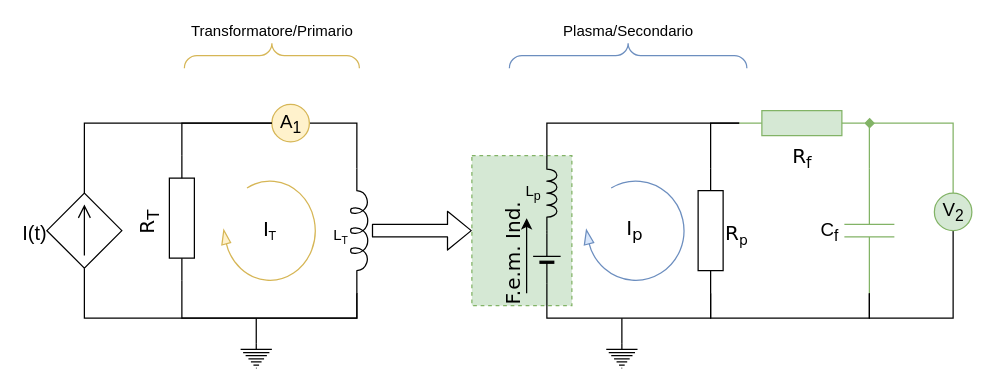
This is page "MisureCircuit-Current" (4 of 7) of TesiMagistraleEma/Pictures/Trasformatore/PlasmaCircuit.drawio from Alfystar/fusionLab, a draw.io file, before an edit. Source tidied: cells renumbered, new cells numbered last; positions are measured from the earlier drawing's top-left corner, leaving out a move shared by most shapes. Both pictures are drawn from the tidied source at 125%, with x=0, y=0 at pixel (46, 42).
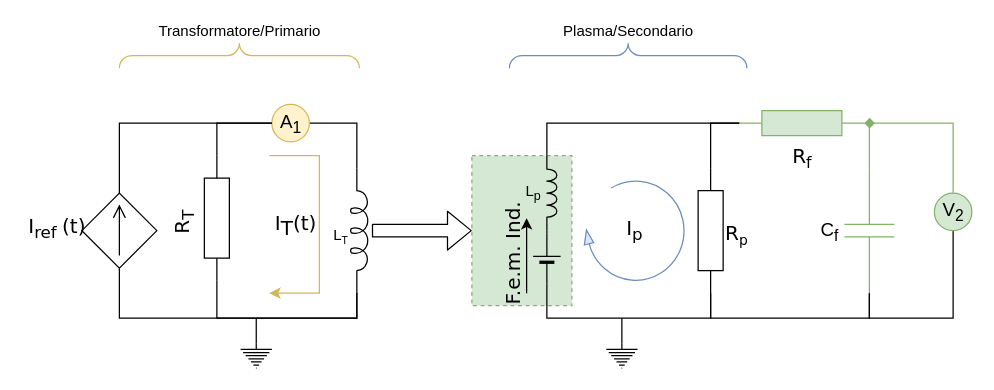
The same diagram, later.

Unchanged cells that the change refers to:
```xml
<mxCell id="14" value="L&lt;span style=&quot;font-size: 10px&quot;&gt;&lt;sub&gt;T&lt;/sub&gt;&lt;/span&gt;" style="verticalLabelPosition=bottom;shadow=0;dashed=0;align=center;html=1;verticalAlign=top;shape=mxgraph.electrical.inductors.inductor_5;direction=south;spacingTop=-60;spacingLeft=-30;" parent="1" vertex="1">
  <mxGeometry x="243" y="100" width="14" height="100" as="geometry" />
</mxCell>
<mxCell id="24" value="A&lt;sub&gt;1&lt;/sub&gt;" style="verticalLabelPosition=middle;shadow=0;dashed=0;align=center;html=1;verticalAlign=middle;strokeWidth=1;shape=ellipse;fontSize=15;fillColor=#fff2cc;strokeColor=#d6b656;" parent="1" vertex="1">
  <mxGeometry x="180" y="49" width="30" height="30" as="geometry" />
</mxCell>
<mxCell id="38" style="verticalLabelPosition=bottom;shadow=0;dashed=0;align=center;html=1;verticalAlign=top;strokeWidth=1;shape=mxgraph.electrical.resistors.resistor_1;rounded=1;comic=0;labelBackgroundColor=none;fontFamily=Verdana;fontSize=12;rotation=-90;" parent="37" vertex="1">
  <mxGeometry x="-12" y="40" width="100" height="20" as="geometry" />
</mxCell>
```

What changed in the source:
```diff
@@
-    <mxCell id="2" value="I&lt;span style=&quot;font-size: 11.1111px&quot;&gt;&lt;sub&gt;T&lt;/sub&gt;&lt;/span&gt;" style="verticalLabelPosition=middle;html=1;verticalAlign=middle;strokeWidth=1;shape=mxgraph.lean_mapping.physical_pull;rounded=1;shadow=0;comic=0;labelBackgroundColor=none;fillColor=#fff2cc;fontFamily=Verdana;fontSize=16;align=center;flipH=1;labelPosition=center;strokeColor=#d6b656;" parent="1" vertex="1">
-      <mxGeometry x="140" y="110" width="75" height="80" as="geometry" />
-    </mxCell>
@@
     <mxCell id="25" style="edgeStyle=orthogonalEdgeStyle;rounded=0;jettySize=auto;html=1;exitX=0.5;exitY=1;exitDx=0;exitDy=0;exitPerimeter=0;entryX=0;entryY=0.5;entryDx=0;entryDy=0;entryPerimeter=0;endArrow=none;endFill=0;startArrow=none;" parent="1" edge="1" source="36" target="24">
       <mxGeometry relative="1" as="geometry">
         <Array as="points">
-          <mxPoint x="30" y="64" />
+          <mxPoint x="58" y="64" />
         </Array>
       </mxGeometry>
     </mxCell>
@@
     <mxCell id="34" value="Transformatore/Primario" style="verticalLabelPosition=bottom;shadow=0;dashed=0;align=center;html=1;verticalAlign=bottom;strokeWidth=1;shape=mxgraph.mockup.markup.curlyBrace;strokeColor=#d6b656;spacingTop=0;spacingBottom=40;spacingLeft=0;fillColor=#fff2cc;" parent="1" vertex="1">
-      <mxGeometry x="110" width="140" height="20" as="geometry" />
+      <mxGeometry x="58" width="192" height="20" as="geometry" />
     </mxCell>
@@
-    <mxCell id="36" value="I(t)" style="verticalLabelPosition=bottom;shadow=0;dashed=0;align=center;html=1;verticalAlign=top;shape=mxgraph.electrical.signal_sources.source;points=[[0.5,0,0],[1,0.5,0],[0.5,1,0],[0,0.5,0]];elSignalType=dc2;elSourceType=dependent;direction=west;horizontal=1;spacingLeft=-80;spacingBottom=0;spacingTop=-44;fontSize=16;" parent="1" vertex="1">
-      <mxGeometry y="120" width="60" height="60" as="geometry" />
+    <mxCell id="36" value="I&lt;sub&gt;ref&amp;nbsp;&lt;/sub&gt;(t)" style="verticalLabelPosition=bottom;shadow=0;dashed=0;align=center;html=1;verticalAlign=top;shape=mxgraph.electrical.signal_sources.source;points=[[0.5,0,0],[1,0.5,0],[0.5,1,0],[0,0.5,0]];elSignalType=dc2;elSourceType=dependent;direction=west;horizontal=1;spacingLeft=-100;spacingBottom=0;spacingTop=-50;fontSize=16;fontFamily=Verdana;" parent="1" vertex="1">
+      <mxGeometry x="28" y="120" width="60" height="60" as="geometry" />
     </mxCell>
     <mxCell id="37" style="group;rotation=0;" parent="1" vertex="1">
-      <mxGeometry x="70" y="90" width="48" height="100" as="geometry" />
+      <mxGeometry x="98" y="90" width="48" height="100" as="geometry" />
     </mxCell>
@@
     <mxCell id="40" style="edgeStyle=orthogonalEdgeStyle;rounded=0;jettySize=auto;html=1;exitX=0;exitY=0.5;exitDx=0;exitDy=0;exitPerimeter=0;fontSize=16;endArrow=none;endFill=0;entryX=1;entryY=0.645;entryDx=0;entryDy=0;entryPerimeter=0;" parent="1" edge="1" source="38" target="14">
       <mxGeometry relative="1" as="geometry">
         <Array as="points">
-          <mxPoint x="108" y="220" />
+          <mxPoint x="136" y="220" />
           <mxPoint x="248" y="220" />
         </Array>
       </mxGeometry>
     </mxCell>
@@
+    <mxCell id="42" style="endArrow=classic;html=1;rounded=0;fontFamily=Verdana;fontSize=16;edgeStyle=orthogonalEdgeStyle;fillColor=#fff2cc;strokeColor=#d6b656;" parent="1" edge="1">
+      <mxGeometry relative="1" as="geometry">
+        <mxPoint x="178" y="90" as="sourcePoint" />
+        <mxPoint x="178" y="200" as="targetPoint" />
+        <Array as="points">
+          <mxPoint x="218" y="90" />
+          <mxPoint x="218" y="200" />
+        </Array>
+      </mxGeometry>
+    </mxCell>
+    <mxCell id="43" value="&lt;span style=&quot;color: rgb(0 , 0 , 0) ; font-family: &amp;#34;verdana&amp;#34; ; font-size: 16px ; font-style: normal ; font-weight: 400 ; letter-spacing: normal ; text-align: center ; text-indent: 0px ; text-transform: none ; word-spacing: 0px ; background-color: rgb(255 , 255 , 255) ; display: inline ; float: none&quot;&gt;I&lt;/span&gt;&lt;font style=&quot;color: rgb(0 , 0 , 0) ; font-family: &amp;#34;verdana&amp;#34; ; font-size: 16px ; font-style: normal ; font-weight: 400 ; letter-spacing: normal ; text-align: center ; text-indent: 0px ; text-transform: none ; word-spacing: 0px&quot;&gt;&lt;sub style=&quot;font-size: 16px&quot;&gt;T&lt;/sub&gt;&lt;/font&gt;&lt;span style=&quot;font-family: &amp;#34;verdana&amp;#34;&quot;&gt;(t)&lt;/span&gt;" style="edgeLabel;html=1;align=center;verticalAlign=middle;fontFamily=Verdana;fontSize=16;" parent="42" vertex="1">
+      <mxGeometry relative="1" as="geometry">
+        <mxPoint x="-20" as="offset" />
+      </mxGeometry>
+    </mxCell>
```
